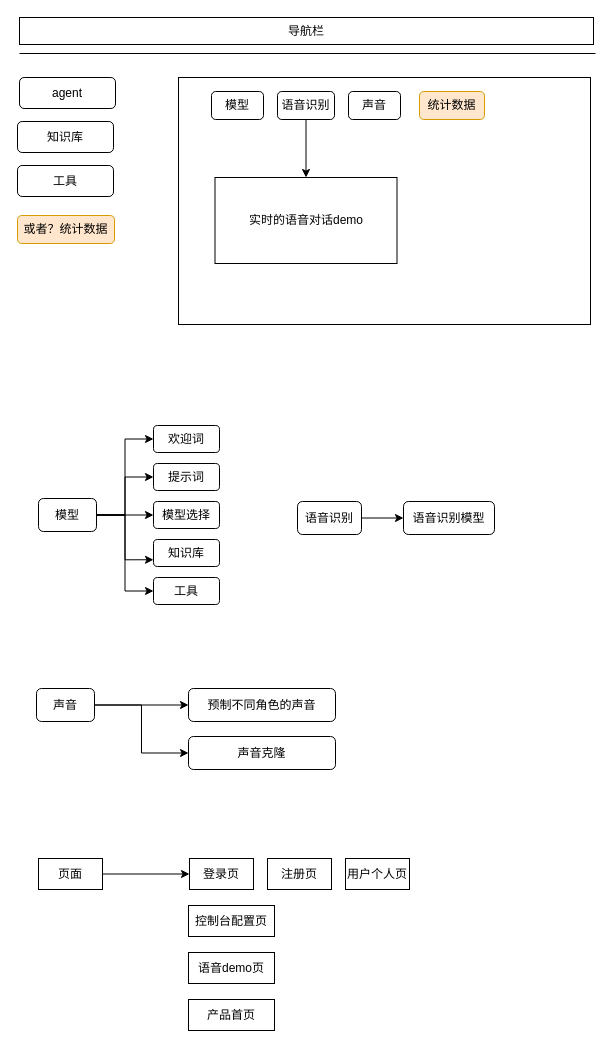
This is 产品PRD.drawio from joeylin/draw.io, a draw.io file, before an edit. Source tidied: cells renumbered, new cells numbered last; positions are measured from the earlier drawing's top-left corner, leaving out a move shared by most shapes. Both pictures are drawn from the tidied source at 100%, with x=0, y=0 at pixel (17, 17).
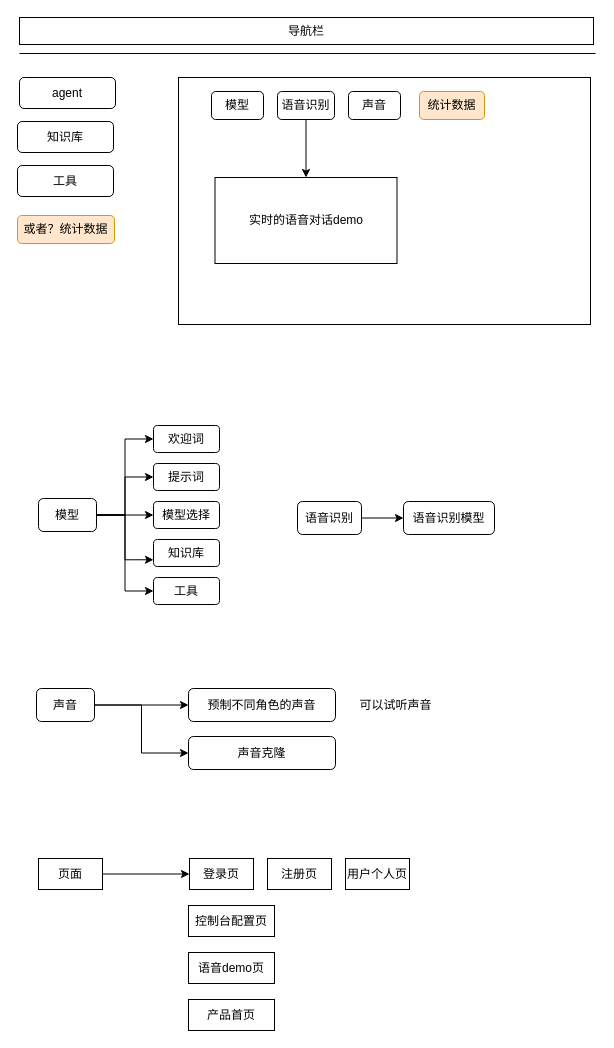
The same diagram, later.

The edit, as a diff of the source:
```diff
@@
+    <mxCell id="42" value="可以试听声音" style="text;html=1;align=center;verticalAlign=middle;strokeColor=none;fillColor=none;" parent="1" vertex="1">
+      <mxGeometry x="333" y="674.5" width="90" height="26" as="geometry" />
+    </mxCell>
```
